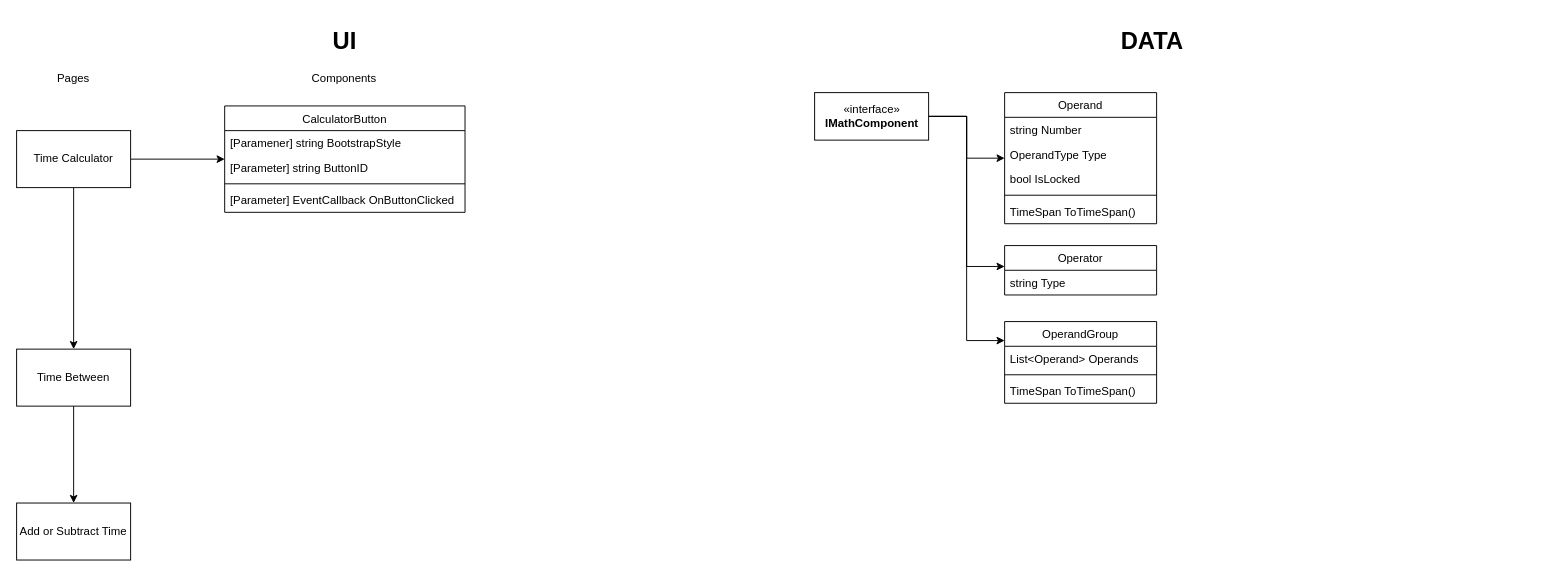
This is Diagram.drawio from Polarts/BlazingTimeCalculator, a draw.io file, before an edit. Source tidied: cells renumbered, new cells numbered last; positions are measured from the earlier drawing's top-left corner, leaving out a move shared by most shapes. Both pictures are drawn from the tidied source at 95%, with x=0, y=0 at pixel (16, 16).
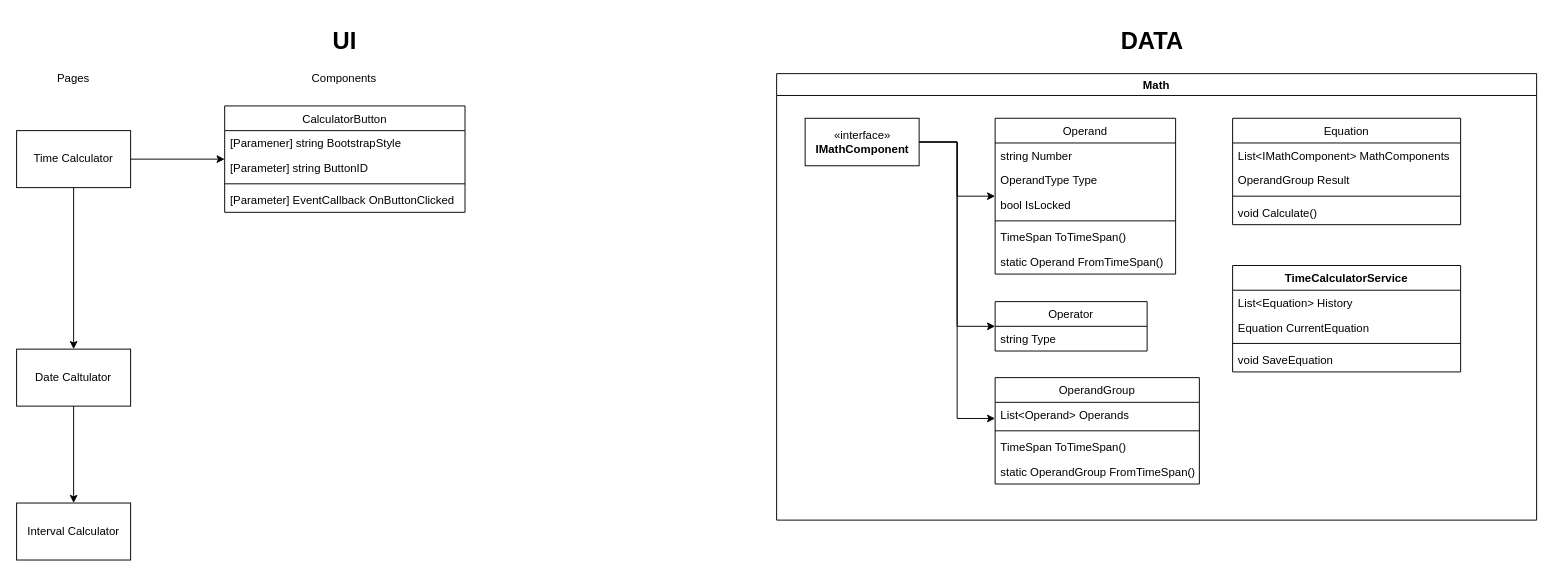
Above is the later version.

The edit, as a diff of the source:
```diff
@@
-    <mxCell id="8" value="Time Between" style="rounded=0;whiteSpace=wrap;html=1;fontSize=12;" parent="1" vertex="1">
+    <mxCell id="8" value="Date Caltulator" style="rounded=0;whiteSpace=wrap;html=1;fontSize=12;" parent="1" vertex="1">
       <mxGeometry y="350" width="120" height="60" as="geometry" />
     </mxCell>
-    <mxCell id="9" value="Add or Subtract Time" style="rounded=0;whiteSpace=wrap;html=1;fontSize=12;" parent="1" vertex="1">
+    <mxCell id="9" value="Interval Calculator" style="rounded=0;whiteSpace=wrap;html=1;fontSize=12;" parent="1" vertex="1">
       <mxGeometry y="512" width="120" height="60" as="geometry" />
     </mxCell>
@@
+    <mxCell id="17" value="&lt;b&gt;&lt;font style=&quot;font-size: 25px&quot;&gt;DATA&lt;/font&gt;&lt;/b&gt;" style="text;html=1;strokeColor=none;fillColor=none;align=center;verticalAlign=middle;whiteSpace=wrap;rounded=0;" parent="1" vertex="1">
+      <mxGeometry x="1128" width="135" height="50" as="geometry" />
+    </mxCell>
+    <mxCell id="24" value="CalculatorButton" style="swimlane;fontStyle=0;horizontal=1;startSize=26;fillColor=none;" parent="1" vertex="1">
+      <mxGeometry x="219" y="94" width="253" height="112" as="geometry" />
+    </mxCell>
+    <mxCell id="25" value="[Paramener] string BootstrapStyle" style="text;strokeColor=none;fillColor=none;align=left;verticalAlign=top;spacingLeft=4;spacingRight=4;overflow=hidden;" parent="24" vertex="1">
+      <mxGeometry y="26" width="253" height="26" as="geometry" />
+    </mxCell>
+    <mxCell id="26" value="[Parameter] string ButtonID" style="text;strokeColor=none;fillColor=none;align=left;verticalAlign=top;spacingLeft=4;spacingRight=4;overflow=hidden;" parent="24" vertex="1">
+      <mxGeometry y="52" width="253" height="26" as="geometry" />
+    </mxCell>
+    <mxCell id="27" style="line;strokeWidth=1;fillColor=none;align=left;verticalAlign=middle;spacingTop=-1;spacingLeft=3;spacingRight=3;labelPosition=right;" parent="24" vertex="1">
+      <mxGeometry y="78" width="253" height="8" as="geometry" />
+    </mxCell>
+    <mxCell id="28" value="[Parameter] EventCallback OnButtonClicked" style="text;strokeColor=none;fillColor=none;align=left;verticalAlign=top;spacingLeft=4;spacingRight=4;overflow=hidden;" parent="24" vertex="1">
+      <mxGeometry y="86" width="253" height="26" as="geometry" />
+    </mxCell>
+    <mxCell id="33" value="Math" style="swimlane;" parent="1" vertex="1">
+      <mxGeometry x="800" y="60" width="800" height="470" as="geometry" />
+    </mxCell>
-    <mxCell id="11" value="Operand" style="swimlane;fontStyle=0;horizontal=1;startSize=26;fillColor=none;fontSize=12;" parent="1" vertex="1">
-      <mxGeometry x="1040" y="80" width="160" height="138" as="geometry" />
+    <mxCell id="11" value="Operand" style="swimlane;fontStyle=0;horizontal=1;startSize=26;fillColor=none;fontSize=12;" parent="33" vertex="1">
+      <mxGeometry x="230" y="47" width="190" height="164" as="geometry" />
     </mxCell>
     <mxCell id="12" value="string Number" style="text;strokeColor=none;fillColor=none;align=left;verticalAlign=top;spacingLeft=4;spacingRight=4;overflow=hidden;fontSize=12;" parent="11" vertex="1">
-      <mxGeometry y="26" width="160" height="26" as="geometry" />
+      <mxGeometry y="26" width="190" height="26" as="geometry" />
     </mxCell>
     <mxCell id="13" value="OperandType Type" style="text;strokeColor=none;fillColor=none;align=left;verticalAlign=top;spacingLeft=4;spacingRight=4;overflow=hidden;fontSize=12;" parent="11" vertex="1">
-      <mxGeometry y="52" width="160" height="26" as="geometry" />
+      <mxGeometry y="52" width="190" height="26" as="geometry" />
     </mxCell>
     <mxCell id="14" value="bool IsLocked" style="text;strokeColor=none;fillColor=none;align=left;verticalAlign=top;spacingLeft=4;spacingRight=4;overflow=hidden;fontSize=12;" parent="11" vertex="1">
-      <mxGeometry y="78" width="160" height="26" as="geometry" />
+      <mxGeometry y="78" width="190" height="26" as="geometry" />
     </mxCell>
     <mxCell id="15" style="line;strokeWidth=1;fillColor=none;align=left;verticalAlign=middle;spacingTop=-1;spacingLeft=3;spacingRight=3;labelPosition=right;fontSize=12;" parent="11" vertex="1">
-      <mxGeometry y="104" width="160" height="8" as="geometry" />
+      <mxGeometry y="104" width="190" height="8" as="geometry" />
     </mxCell>
     <mxCell id="16" value="TimeSpan ToTimeSpan()" style="text;strokeColor=none;fillColor=none;align=left;verticalAlign=top;spacingLeft=4;spacingRight=4;overflow=hidden;fontSize=12;" parent="11" vertex="1">
-      <mxGeometry y="112" width="160" height="26" as="geometry" />
+      <mxGeometry y="112" width="190" height="26" as="geometry" />
     </mxCell>
-    <mxCell id="17" value="&lt;b&gt;&lt;font style=&quot;font-size: 25px&quot;&gt;DATA&lt;/font&gt;&lt;/b&gt;" style="text;html=1;strokeColor=none;fillColor=none;align=center;verticalAlign=middle;whiteSpace=wrap;rounded=0;" parent="1" vertex="1">
-      <mxGeometry x="1128" width="135" height="50" as="geometry" />
-    </mxCell>
+    <mxCell id="34" value="static Operand FromTimeSpan()" style="text;strokeColor=none;fillColor=none;align=left;verticalAlign=top;spacingLeft=4;spacingRight=4;overflow=hidden;fontSize=12;" parent="11" vertex="1">
+      <mxGeometry y="138" width="190" height="26" as="geometry" />
+    </mxCell>
-    <mxCell id="18" style="edgeStyle=orthogonalEdgeStyle;rounded=0;jettySize=auto;html=1;" parent="1" edge="1" source="21" target="11">
-      <mxGeometry relative="1" as="geometry" />
+    <mxCell id="18" style="edgeStyle=orthogonalEdgeStyle;rounded=0;jettySize=auto;html=1;" parent="33" edge="1" source="21" target="11">
+      <mxGeometry relative="1" as="geometry">
+        <Array as="points">
+          <mxPoint x="190" y="72" />
+          <mxPoint x="190" y="129" />
+        </Array>
+      </mxGeometry>
     </mxCell>
-    <mxCell id="19" style="edgeStyle=orthogonalEdgeStyle;rounded=0;jettySize=auto;html=1;" parent="1" edge="1" source="21" target="22">
-      <mxGeometry relative="1" as="geometry">
-        <Array as="points">
-          <mxPoint x="1000" y="105" />
-          <mxPoint x="1000" y="263" />
-        </Array>
-      </mxGeometry>
-    </mxCell>
-    <mxCell id="20" style="edgeStyle=orthogonalEdgeStyle;rounded=0;jettySize=auto;html=1;" parent="1" edge="1" source="21" target="29">
-      <mxGeometry relative="1" as="geometry">
-        <Array as="points">
-          <mxPoint x="1000" y="105" />
-          <mxPoint x="1000" y="341" />
-        </Array>
-      </mxGeometry>
-    </mxCell>
-    <mxCell id="21" value="«interface»&lt;br&gt;&lt;b&gt;IMathComponent&lt;/b&gt;" style="html=1;" parent="1" vertex="1">
-      <mxGeometry x="840" y="80" width="120" height="50" as="geometry" />
+    <mxCell id="21" value="«interface»&lt;br&gt;&lt;b&gt;IMathComponent&lt;/b&gt;" style="html=1;" parent="33" vertex="1">
+      <mxGeometry x="30" y="47" width="120" height="50" as="geometry" />
     </mxCell>
-    <mxCell id="22" value="Operator" style="swimlane;fontStyle=0;horizontal=1;startSize=26;fillColor=none;fontSize=12;" parent="1" vertex="1">
-      <mxGeometry x="1040" y="241" width="160" height="52" as="geometry" />
+    <mxCell id="22" value="Operator" style="swimlane;fontStyle=0;horizontal=1;startSize=26;fillColor=none;fontSize=12;" parent="33" vertex="1">
+      <mxGeometry x="230" y="240" width="160" height="52" as="geometry" />
     </mxCell>
@@
-    <mxCell id="24" value="CalculatorButton" style="swimlane;fontStyle=0;horizontal=1;startSize=26;fillColor=none;" parent="1" vertex="1">
-      <mxGeometry x="219" y="94" width="253" height="112" as="geometry" />
-    </mxCell>
-    <mxCell id="25" value="[Paramener] string BootstrapStyle" style="text;strokeColor=none;fillColor=none;align=left;verticalAlign=top;spacingLeft=4;spacingRight=4;overflow=hidden;" parent="24" vertex="1">
-      <mxGeometry y="26" width="253" height="26" as="geometry" />
-    </mxCell>
-    <mxCell id="26" value="[Parameter] string ButtonID" style="text;strokeColor=none;fillColor=none;align=left;verticalAlign=top;spacingLeft=4;spacingRight=4;overflow=hidden;" parent="24" vertex="1">
-      <mxGeometry y="52" width="253" height="26" as="geometry" />
-    </mxCell>
-    <mxCell id="27" style="line;strokeWidth=1;fillColor=none;align=left;verticalAlign=middle;spacingTop=-1;spacingLeft=3;spacingRight=3;labelPosition=right;" parent="24" vertex="1">
-      <mxGeometry y="78" width="253" height="8" as="geometry" />
-    </mxCell>
-    <mxCell id="28" value="[Parameter] EventCallback OnButtonClicked" style="text;strokeColor=none;fillColor=none;align=left;verticalAlign=top;spacingLeft=4;spacingRight=4;overflow=hidden;" parent="24" vertex="1">
-      <mxGeometry y="86" width="253" height="26" as="geometry" />
-    </mxCell>
+    <mxCell id="19" style="edgeStyle=orthogonalEdgeStyle;rounded=0;jettySize=auto;html=1;" parent="33" edge="1" source="21" target="22">
+      <mxGeometry relative="1" as="geometry">
+        <Array as="points">
+          <mxPoint x="190" y="72" />
+          <mxPoint x="190" y="266" />
+        </Array>
+      </mxGeometry>
+    </mxCell>
-    <mxCell id="29" value="OperandGroup" style="swimlane;fontStyle=0;horizontal=1;startSize=26;fillColor=none;fontSize=12;" parent="1" vertex="1">
-      <mxGeometry x="1040" y="321" width="160" height="86" as="geometry" />
+    <mxCell id="29" value="OperandGroup" style="swimlane;fontStyle=0;horizontal=1;startSize=26;fillColor=none;fontSize=12;" parent="33" vertex="1">
+      <mxGeometry x="230" y="320" width="215" height="112" as="geometry" />
     </mxCell>
     <mxCell id="30" value="List&lt;Operand&gt; Operands" style="text;strokeColor=none;fillColor=none;align=left;verticalAlign=top;spacingLeft=4;spacingRight=4;overflow=hidden;fontSize=12;" parent="29" vertex="1">
-      <mxGeometry y="26" width="160" height="26" as="geometry" />
+      <mxGeometry y="26" width="215" height="26" as="geometry" />
     </mxCell>
     <mxCell id="31" style="line;strokeWidth=1;fillColor=none;align=left;verticalAlign=middle;spacingTop=-1;spacingLeft=3;spacingRight=3;labelPosition=right;fontSize=12;" parent="29" vertex="1">
-      <mxGeometry y="52" width="160" height="8" as="geometry" />
+      <mxGeometry y="52" width="215" height="8" as="geometry" />
     </mxCell>
     <mxCell id="32" value="TimeSpan ToTimeSpan()" style="text;strokeColor=none;fillColor=none;align=left;verticalAlign=top;spacingLeft=4;spacingRight=4;overflow=hidden;fontSize=12;" parent="29" vertex="1">
-      <mxGeometry y="60" width="160" height="26" as="geometry" />
+      <mxGeometry y="60" width="215" height="26" as="geometry" />
     </mxCell>
+    <mxCell id="35" value="static OperandGroup FromTimeSpan()" style="text;strokeColor=none;fillColor=none;align=left;verticalAlign=top;spacingLeft=4;spacingRight=4;overflow=hidden;fontSize=12;" parent="29" vertex="1">
+      <mxGeometry y="86" width="215" height="26" as="geometry" />
+    </mxCell>
+    <mxCell id="20" style="edgeStyle=orthogonalEdgeStyle;rounded=0;jettySize=auto;html=1;" parent="33" edge="1" source="21" target="29">
+      <mxGeometry relative="1" as="geometry">
+        <Array as="points">
+          <mxPoint x="190" y="72" />
+          <mxPoint x="190" y="363" />
+        </Array>
+      </mxGeometry>
+    </mxCell>
+    <mxCell id="36" value="Equation" style="swimlane;fontStyle=0;horizontal=1;startSize=26;fillColor=none;" parent="33" vertex="1">
+      <mxGeometry x="480" y="47" width="240" height="112" as="geometry" />
+    </mxCell>
+    <mxCell id="37" value="List&lt;IMathComponent&gt; MathComponents" style="text;strokeColor=none;fillColor=none;align=left;verticalAlign=top;spacingLeft=4;spacingRight=4;overflow=hidden;" parent="36" vertex="1">
+      <mxGeometry y="26" width="240" height="26" as="geometry" />
+    </mxCell>
+    <mxCell id="38" value="OperandGroup Result" style="text;strokeColor=none;fillColor=none;align=left;verticalAlign=top;spacingLeft=4;spacingRight=4;overflow=hidden;" parent="36" vertex="1">
+      <mxGeometry y="52" width="240" height="26" as="geometry" />
+    </mxCell>
+    <mxCell id="39" style="line;strokeWidth=1;fillColor=none;align=left;verticalAlign=middle;spacingTop=-1;spacingLeft=3;spacingRight=3;labelPosition=right;" parent="36" vertex="1">
+      <mxGeometry y="78" width="240" height="8" as="geometry" />
+    </mxCell>
+    <mxCell id="40" value="void Calculate()" style="text;strokeColor=none;fillColor=none;align=left;verticalAlign=top;spacingLeft=4;spacingRight=4;overflow=hidden;" parent="36" vertex="1">
+      <mxGeometry y="86" width="240" height="26" as="geometry" />
+    </mxCell>
+    <mxCell id="41" value="TimeCalculatorService" style="swimlane;fontStyle=1;align=center;verticalAlign=top;horizontal=1;startSize=26;" parent="33" vertex="1">
+      <mxGeometry x="480" y="202" width="240" height="112" as="geometry" />
+    </mxCell>
+    <mxCell id="42" value="List&lt;Equation&gt; History" style="text;strokeColor=none;fillColor=none;align=left;verticalAlign=top;spacingLeft=4;spacingRight=4;overflow=hidden;" parent="41" vertex="1">
+      <mxGeometry y="26" width="240" height="26" as="geometry" />
+    </mxCell>
+    <mxCell id="43" value="Equation CurrentEquation" style="text;strokeColor=none;fillColor=none;align=left;verticalAlign=top;spacingLeft=4;spacingRight=4;overflow=hidden;" parent="41" vertex="1">
+      <mxGeometry y="52" width="240" height="26" as="geometry" />
+    </mxCell>
+    <mxCell id="44" style="line;strokeWidth=1;fillColor=none;align=left;verticalAlign=middle;spacingTop=-1;spacingLeft=3;spacingRight=3;labelPosition=right;" parent="41" vertex="1">
+      <mxGeometry y="78" width="240" height="8" as="geometry" />
+    </mxCell>
+    <mxCell id="45" value="void SaveEquation" style="text;strokeColor=none;fillColor=none;align=left;verticalAlign=top;spacingLeft=4;spacingRight=4;overflow=hidden;" parent="41" vertex="1">
+      <mxGeometry y="86" width="240" height="26" as="geometry" />
+    </mxCell>
```
